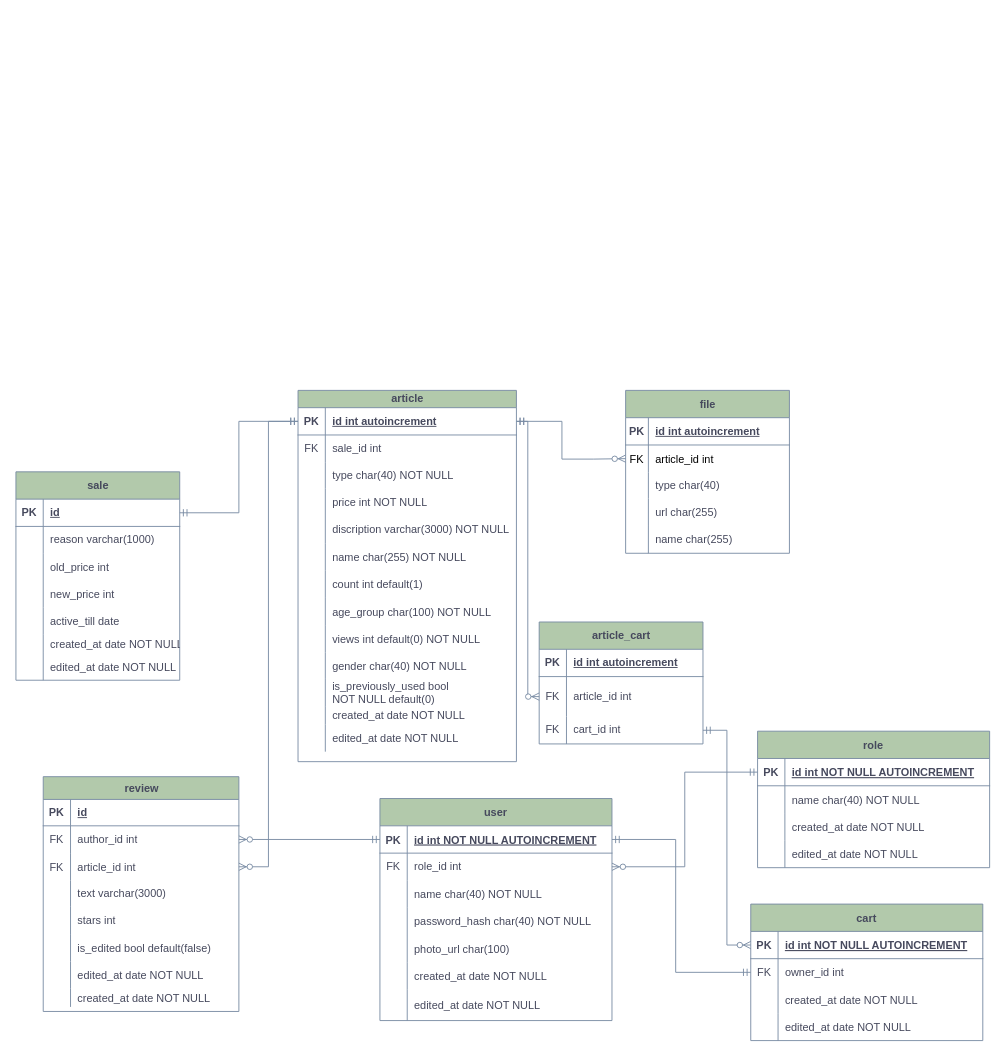
Earlier version of the draw.io diagram online-store.drawio (mkloz/online-store-backend). Source tidied: cells renumbered, new cells numbered last; positions are measured from the earlier drawing's top-left corner, leaving out a move shared by most shapes. Both pictures are drawn from the tidied source at 91%, with x=0, y=0 at pixel (15, 390).
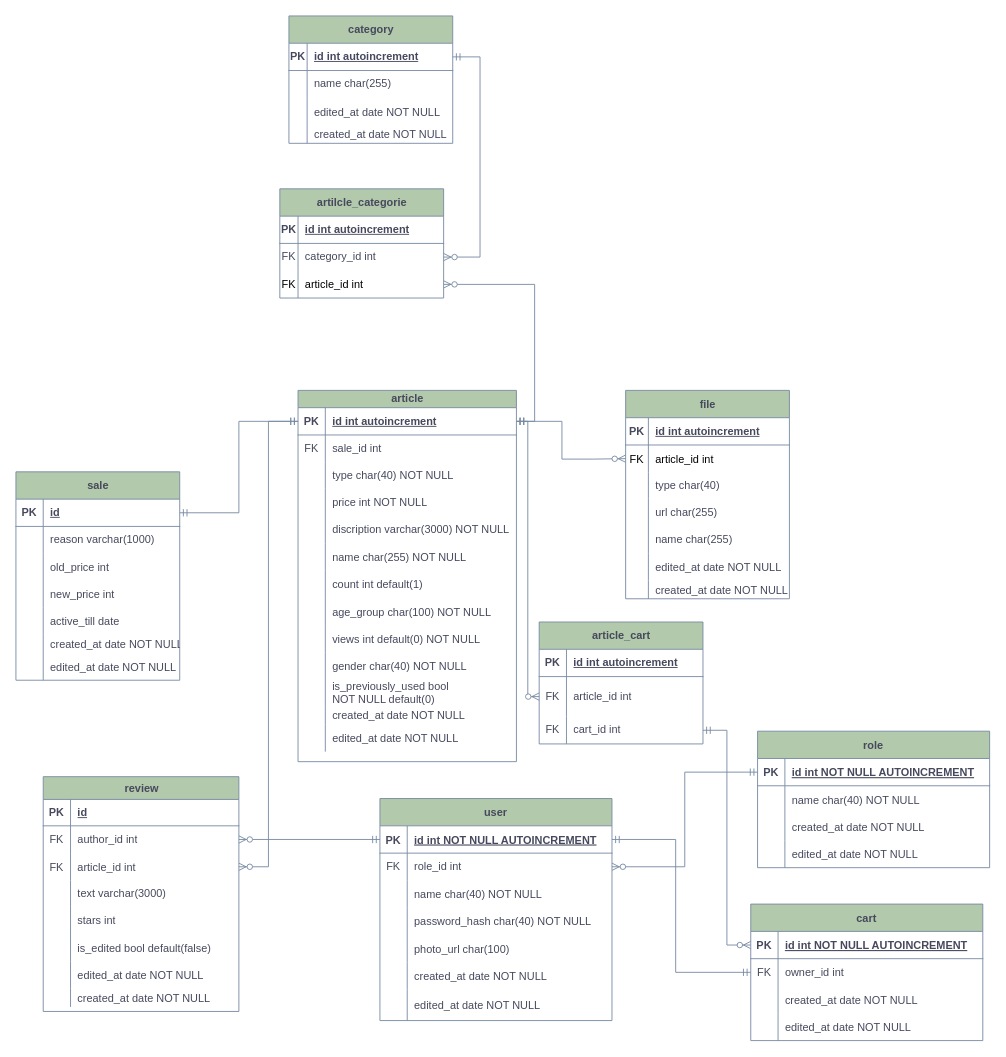
Above is the later version.

Unchanged cells that the change refers to:
```xml
<mxCell id="3" style="shape=tableRow;horizontal=0;startSize=0;swimlaneHead=0;swimlaneBody=0;fillColor=none;points=[[0,0.5],[1,0.5]];portConstraint=eastwest;top=0;left=0;right=0;bottom=1;rounded=0;labelBackgroundColor=none;strokeColor=#788AA3;fontColor=#46495D;" parent="2" vertex="1">
  <mxGeometry y="19" width="240" height="30" as="geometry" />
</mxCell>
```

Change to the diagram source:
```diff
@@
     <mxCell id="42" value="file" style="shape=table;startSize=30;childLayout=tableLayout;rowLines=0;fontStyle=1;align=center;html=1;rounded=0;labelBackgroundColor=none;fillColor=#B2C9AB;strokeColor=#788AA3;fontColor=#46495D;" parent="1" vertex="1">
-      <mxGeometry x="670" y="-0.5" width="180" height="179" as="geometry" />
+      <mxGeometry x="670" y="-0.5" width="180" height="229" as="geometry" />
     </mxCell>
@@
+    <mxCell id="171" style="shape=tableRow;horizontal=0;startSize=0;swimlaneHead=0;swimlaneBody=0;fillColor=none;top=0;left=0;right=0;bottom=0;rounded=0;labelBackgroundColor=none;strokeColor=#788AA3;fontColor=#46495D;" parent="42" vertex="1">
+      <mxGeometry y="179" width="180" height="30" as="geometry" />
+    </mxCell>
+    <mxCell id="172" style="shape=partialRectangle;fillColor=none;top=0;left=0;bottom=0;right=0;fontStyle=0;overflow=hidden;rounded=0;labelBackgroundColor=none;strokeColor=#788AA3;fontColor=#46495D;" parent="171" vertex="1">
+      <mxGeometry width="25" height="30" as="geometry" />
+    </mxCell>
+    <mxCell id="173" value="edited_at date NOT NULL" style="shape=partialRectangle;fillColor=none;top=0;left=0;bottom=0;right=0;align=left;spacingLeft=6;fontStyle=0;overflow=hidden;rounded=0;labelBackgroundColor=none;strokeColor=#788AA3;fontColor=#46495D;" parent="171" vertex="1">
+      <mxGeometry x="25" width="155" height="30" as="geometry" />
+    </mxCell>
+    <mxCell id="174" style="shape=tableRow;horizontal=0;startSize=0;swimlaneHead=0;swimlaneBody=0;fillColor=none;top=0;left=0;right=0;bottom=0;rounded=0;labelBackgroundColor=none;strokeColor=#788AA3;fontColor=#46495D;" parent="42" vertex="1">
+      <mxGeometry y="209" width="180" height="20" as="geometry" />
+    </mxCell>
+    <mxCell id="175" style="shape=partialRectangle;fillColor=none;top=0;left=0;bottom=0;right=0;overflow=hidden;rounded=0;labelBackgroundColor=none;strokeColor=#788AA3;fontColor=#46495D;" parent="174" vertex="1">
+      <mxGeometry width="25" height="20" as="geometry" />
+    </mxCell>
+    <mxCell id="176" value="created_at date NOT NULL" style="shape=partialRectangle;fillColor=none;top=0;left=0;bottom=0;right=0;align=left;spacingLeft=6;overflow=hidden;rounded=0;labelBackgroundColor=none;strokeColor=#788AA3;fontColor=#46495D;" parent="174" vertex="1">
+      <mxGeometry x="25" width="155" height="20" as="geometry" />
+    </mxCell>
@@
+    <mxCell id="177" value="category" style="shape=table;startSize=30;childLayout=tableLayout;rowLines=0;fontStyle=1;align=center;html=1;rounded=0;labelBackgroundColor=none;fillColor=#B2C9AB;strokeColor=#788AA3;fontColor=#46495D;" parent="1" vertex="1">
+      <mxGeometry x="300" y="-412" width="180" height="140" as="geometry" />
+    </mxCell>
+    <mxCell id="178" style="shape=tableRow;horizontal=0;startSize=0;swimlaneHead=0;swimlaneBody=0;fillColor=none;points=[[0,0.5],[1,0.5]];portConstraint=eastwest;top=0;left=0;right=0;bottom=1;rounded=0;labelBackgroundColor=none;strokeColor=#788AA3;fontColor=#46495D;" parent="177" vertex="1">
+      <mxGeometry y="30" width="180" height="30" as="geometry" />
+    </mxCell>
+    <mxCell id="179" value="PK" style="shape=partialRectangle;fillColor=none;top=0;left=0;bottom=0;right=0;fontStyle=1;overflow=hidden;whiteSpace=wrap;html=1;rounded=0;labelBackgroundColor=none;strokeColor=#788AA3;fontColor=#46495D;" parent="178" vertex="1">
+      <mxGeometry width="20" height="30" as="geometry" />
+    </mxCell>
+    <mxCell id="180" value="id int autoincrement" style="shape=partialRectangle;fillColor=none;top=0;left=0;bottom=0;right=0;align=left;spacingLeft=6;fontStyle=5;overflow=hidden;whiteSpace=wrap;html=1;rounded=0;labelBackgroundColor=none;strokeColor=#788AA3;fontColor=#46495D;" parent="178" vertex="1">
+      <mxGeometry x="20" width="160" height="30" as="geometry" />
+    </mxCell>
+    <mxCell id="181" style="shape=tableRow;horizontal=0;startSize=0;swimlaneHead=0;swimlaneBody=0;fillColor=none;top=0;left=0;right=0;bottom=0;rounded=0;labelBackgroundColor=none;strokeColor=#788AA3;fontColor=#46495D;" parent="177" vertex="1">
+      <mxGeometry y="60" width="180" height="30" as="geometry" />
+    </mxCell>
+    <mxCell id="182" style="shape=partialRectangle;fillColor=none;top=0;left=0;bottom=0;right=0;overflow=hidden;whiteSpace=wrap;html=1;rounded=0;labelBackgroundColor=none;strokeColor=#788AA3;fontColor=#46495D;" parent="181" vertex="1">
+      <mxGeometry width="20" height="30" as="geometry" />
+    </mxCell>
+    <mxCell id="183" value="name char(255)" style="shape=partialRectangle;fillColor=none;top=0;left=0;bottom=0;right=0;align=left;spacingLeft=6;overflow=hidden;whiteSpace=wrap;html=1;rounded=0;labelBackgroundColor=none;strokeColor=#788AA3;fontColor=#46495D;" parent="181" vertex="1">
+      <mxGeometry x="20" width="160" height="30" as="geometry" />
+    </mxCell>
+    <mxCell id="184" style="shape=tableRow;horizontal=0;startSize=0;swimlaneHead=0;swimlaneBody=0;fillColor=none;top=0;left=0;right=0;bottom=0;rounded=0;labelBackgroundColor=none;strokeColor=#788AA3;fontColor=#46495D;" parent="177" vertex="1">
+      <mxGeometry y="90" width="180" height="30" as="geometry" />
+    </mxCell>
+    <mxCell id="185" style="shape=partialRectangle;fillColor=none;top=0;left=0;bottom=0;right=0;fontStyle=0;overflow=hidden;rounded=0;labelBackgroundColor=none;strokeColor=#788AA3;fontColor=#46495D;" parent="184" vertex="1">
+      <mxGeometry width="20" height="30" as="geometry" />
+    </mxCell>
+    <mxCell id="186" value="edited_at date NOT NULL" style="shape=partialRectangle;fillColor=none;top=0;left=0;bottom=0;right=0;align=left;spacingLeft=6;fontStyle=0;overflow=hidden;rounded=0;labelBackgroundColor=none;strokeColor=#788AA3;fontColor=#46495D;" parent="184" vertex="1">
+      <mxGeometry x="20" width="160" height="30" as="geometry" />
+    </mxCell>
+    <mxCell id="187" style="shape=tableRow;horizontal=0;startSize=0;swimlaneHead=0;swimlaneBody=0;fillColor=none;top=0;left=0;right=0;bottom=0;rounded=0;labelBackgroundColor=none;strokeColor=#788AA3;fontColor=#46495D;" parent="177" vertex="1">
+      <mxGeometry y="120" width="180" height="20" as="geometry" />
+    </mxCell>
+    <mxCell id="188" style="shape=partialRectangle;fillColor=none;top=0;left=0;bottom=0;right=0;overflow=hidden;rounded=0;labelBackgroundColor=none;strokeColor=#788AA3;fontColor=#46495D;" parent="187" vertex="1">
+      <mxGeometry width="20" height="20" as="geometry" />
+    </mxCell>
+    <mxCell id="189" value="created_at date NOT NULL" style="shape=partialRectangle;fillColor=none;top=0;left=0;bottom=0;right=0;align=left;spacingLeft=6;overflow=hidden;rounded=0;labelBackgroundColor=none;strokeColor=#788AA3;fontColor=#46495D;" parent="187" vertex="1">
+      <mxGeometry x="20" width="160" height="20" as="geometry" />
+    </mxCell>
+    <mxCell id="190" value="artilcle_categorie" style="shape=table;startSize=30;childLayout=tableLayout;rowLines=0;fontStyle=1;align=center;html=1;rounded=0;labelBackgroundColor=none;fillColor=#B2C9AB;strokeColor=#788AA3;fontColor=#46495D;" parent="1" vertex="1">
+      <mxGeometry x="290" y="-222" width="180" height="120" as="geometry" />
+    </mxCell>
+    <mxCell id="191" style="shape=tableRow;horizontal=0;startSize=0;swimlaneHead=0;swimlaneBody=0;fillColor=none;top=0;left=0;right=0;bottom=1;rounded=0;labelBackgroundColor=none;strokeColor=#788AA3;fontColor=#46495D;" parent="190" vertex="1">
+      <mxGeometry y="30" width="180" height="30" as="geometry" />
+    </mxCell>
+    <mxCell id="192" value="PK" style="shape=partialRectangle;fillColor=none;top=0;left=0;bottom=0;right=0;fontStyle=1;overflow=hidden;whiteSpace=wrap;html=1;rounded=0;labelBackgroundColor=none;strokeColor=#788AA3;fontColor=#46495D;" parent="191" vertex="1">
+      <mxGeometry width="20" height="30" as="geometry" />
+    </mxCell>
+    <mxCell id="193" value="id int autoincrement" style="shape=partialRectangle;fillColor=none;top=0;left=0;bottom=0;right=0;align=left;spacingLeft=6;fontStyle=5;overflow=hidden;whiteSpace=wrap;html=1;rounded=0;labelBackgroundColor=none;strokeColor=#788AA3;fontColor=#46495D;" parent="191" vertex="1">
+      <mxGeometry x="20" width="160" height="30" as="geometry" />
+    </mxCell>
+    <mxCell id="194" style="shape=tableRow;horizontal=0;startSize=0;swimlaneHead=0;swimlaneBody=0;fillColor=none;points=[[0,0.5],[1,0.5]];portConstraint=eastwest;top=0;left=0;right=0;bottom=0;rounded=0;labelBackgroundColor=none;strokeColor=#788AA3;fontColor=#46495D;" parent="190" vertex="1">
+      <mxGeometry y="60" width="180" height="30" as="geometry" />
+    </mxCell>
+    <mxCell id="195" value="FK" style="shape=partialRectangle;fillColor=none;top=0;left=0;bottom=0;right=0;overflow=hidden;whiteSpace=wrap;html=1;rounded=0;labelBackgroundColor=none;strokeColor=#788AA3;fontColor=#46495D;" parent="194" vertex="1">
+      <mxGeometry width="20" height="30" as="geometry" />
+    </mxCell>
+    <mxCell id="196" value="category_id int" style="shape=partialRectangle;fillColor=none;top=0;left=0;bottom=0;right=0;align=left;spacingLeft=6;overflow=hidden;whiteSpace=wrap;html=1;rounded=0;labelBackgroundColor=none;strokeColor=#788AA3;fontColor=#46495D;" parent="194" vertex="1">
+      <mxGeometry x="20" width="160" height="30" as="geometry" />
+    </mxCell>
+    <mxCell id="197" style="shape=tableRow;horizontal=0;startSize=0;swimlaneHead=0;swimlaneBody=0;fillColor=none;points=[[0,0.5],[1,0.5]];portConstraint=eastwest;top=0;left=0;right=0;bottom=0;" parent="190" vertex="1">
+      <mxGeometry y="90" width="180" height="30" as="geometry" />
+    </mxCell>
+    <mxCell id="198" value="FK" style="shape=partialRectangle;fillColor=none;top=0;left=0;bottom=0;right=0;fontStyle=0;overflow=hidden;" parent="197" vertex="1">
+      <mxGeometry width="20" height="30" as="geometry" />
+    </mxCell>
+    <mxCell id="199" value="article_id int" style="shape=partialRectangle;fillColor=none;top=0;left=0;bottom=0;right=0;align=left;spacingLeft=6;fontStyle=0;overflow=hidden;" parent="197" vertex="1">
+      <mxGeometry x="20" width="160" height="30" as="geometry" />
+    </mxCell>
+    <mxCell id="200" style="edgeStyle=orthogonalEdgeStyle;fontSize=12;html=1;endArrow=ERzeroToMany;startArrow=ERmandOne;rounded=0;exitX=1;exitY=0.5;exitDx=0;exitDy=0;labelBackgroundColor=none;strokeColor=#788AA3;fontColor=default;entryX=1;entryY=0.5;entryDx=0;entryDy=0;elbow=vertical;" parent="1" edge="1" source="178" target="194">
+      <mxGeometry relative="1" as="geometry">
+        <Array as="points">
+          <mxPoint x="510" y="-367" />
+          <mxPoint x="510" y="-147" />
+        </Array>
+      </mxGeometry>
+    </mxCell>
+    <mxCell id="201" style="edgeStyle=orthogonalEdgeStyle;fontSize=12;html=1;endArrow=ERzeroToMany;startArrow=ERmandOne;rounded=0;exitX=1;exitY=0.5;exitDx=0;exitDy=0;labelBackgroundColor=none;strokeColor=#788AA3;fontColor=default;elbow=vertical;entryX=1;entryY=0.5;entryDx=0;entryDy=0;" parent="1" edge="1" source="3" target="197">
+      <mxGeometry relative="1" as="geometry">
+        <Array as="points">
+          <mxPoint x="570" y="34" />
+          <mxPoint x="570" y="-117" />
+        </Array>
+      </mxGeometry>
+    </mxCell>
```
